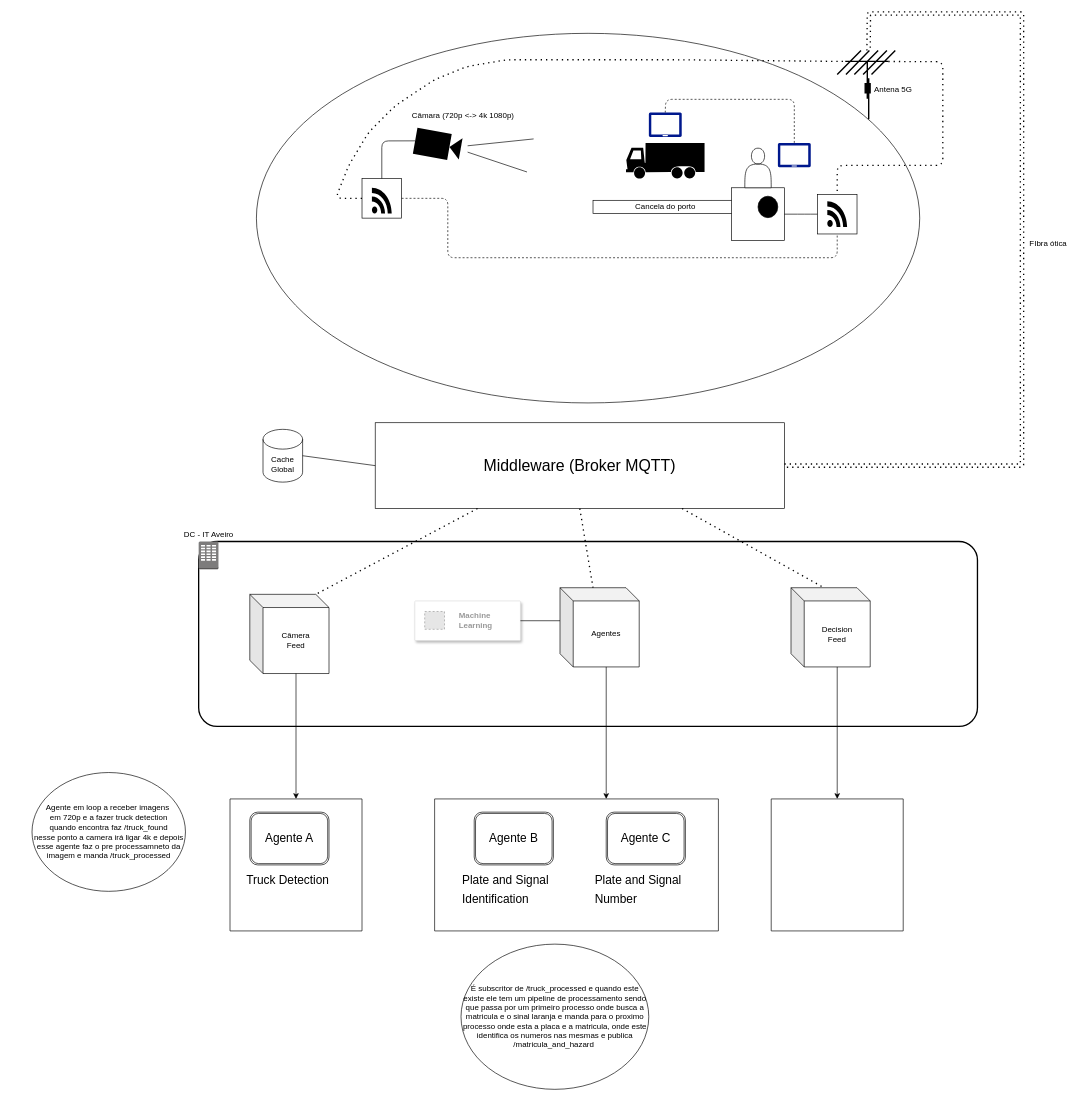
The draw.io diagram arquitetura_sketch.drawio in PEI-HAZARDS/IntelligentLogistics, before the edit. Source tidied: cells renumbered, new cells numbered last; positions are measured from the earlier drawing's top-left corner, leaving out a move shared by most shapes. Both pictures are drawn from the tidied source at 66%, with x=0, y=0 at pixel (32, 13). Pictures stored in the file or linked from it are replaced by grey dashed boxes.
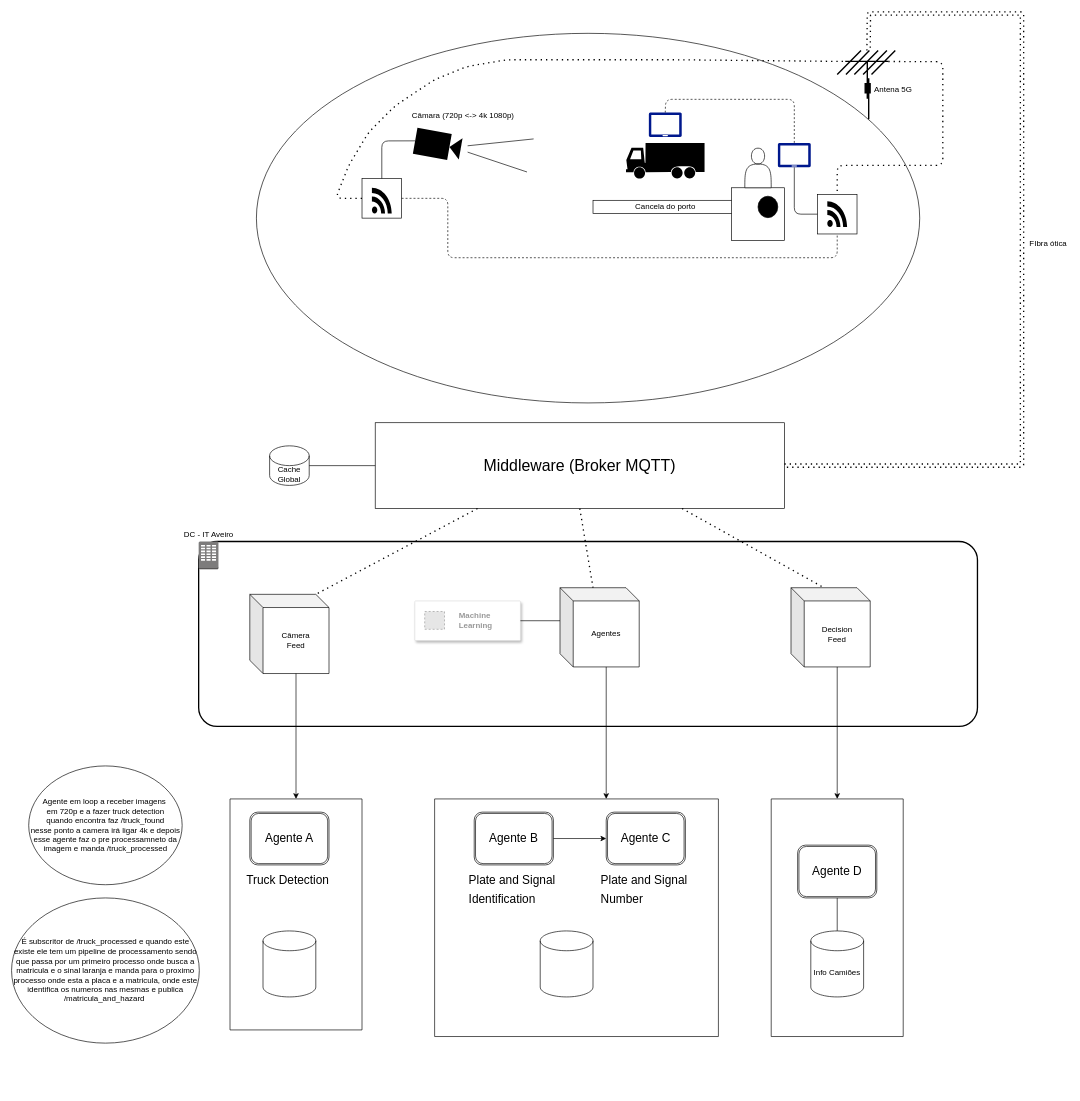
After the change.

Unchanged cells that the change refers to:
```xml
<mxCell id="6" style="whiteSpace=wrap;html=1;" parent="1" vertex="1">
  <mxGeometry x="1060" y="264" width="80" height="80" as="geometry" />
</mxCell>
<mxCell id="17" style="whiteSpace=wrap;html=1;" parent="1" vertex="1">
  <mxGeometry x="1190" y="274" width="60" height="60" as="geometry" />
</mxCell>
<mxCell id="30" style="sketch=0;shadow=0;dashed=0;html=1;strokeColor=none;labelPosition=center;verticalLabelPosition=bottom;verticalAlign=top;align=center;fillColor=#00188D;shape=mxgraph.azure.tablet;" parent="1" vertex="1">
  <mxGeometry x="1130" y="196" width="50" height="37" as="geometry" />
</mxCell>
<mxCell id="48" value="&lt;font style=&quot;font-size: 18px;&quot;&gt;Agente C&lt;/font&gt;" style="shape=ext;double=1;rounded=1;whiteSpace=wrap;html=1;" parent="47" vertex="1">
  <mxGeometry x="260" y="20" width="120" height="80" as="geometry" />
</mxCell>
<mxCell id="50" value="&lt;font style=&quot;font-size: 18px;&quot;&gt;Agente B&lt;/font&gt;" style="shape=ext;double=1;rounded=1;whiteSpace=wrap;html=1;" parent="47" vertex="1">
  <mxGeometry x="60" y="20" width="120" height="80" as="geometry" />
</mxCell>
```

Diff of the diagram source:
```diff
@@
-    <mxCell id="19" style="endArrow=none;html=1;entryX=0;entryY=0.5;entryDx=0;entryDy=0;exitX=1;exitY=0.5;exitDx=0;exitDy=0;" parent="1" edge="1" source="6" target="17">
+    <mxCell id="19" style="endArrow=none;html=1;entryX=0;entryY=0.5;entryDx=0;entryDy=0;exitX=0.5;exitY=1;exitDx=0;exitDy=0;exitPerimeter=0;" parent="1" edge="1" source="30" target="17">
       <mxGeometry relative="1" as="geometry">
         <Array as="points">
-          <mxPoint x="1170" y="304" />
+          <mxPoint x="1155" y="304" />
         </Array>
       </mxGeometry>
     </mxCell>
@@
     <mxCell id="44" style="swimlane;startSize=0;" parent="1" vertex="1">
-      <mxGeometry x="300" y="1190" width="200" height="200" as="geometry" />
+      <mxGeometry x="300" y="1190" width="200" height="350" as="geometry" />
     </mxCell>
@@
+    <mxCell id="57" style="shape=cylinder3;whiteSpace=wrap;html=1;boundedLbl=1;backgroundOutline=1;size=15;" parent="44" vertex="1">
+      <mxGeometry x="50" y="200" width="80" height="100" as="geometry" />
+    </mxCell>
     <mxCell id="47" style="swimlane;startSize=0;" parent="1" vertex="1">
-      <mxGeometry x="610" y="1190" width="430" height="200" as="geometry" />
+      <mxGeometry x="610" y="1190" width="430" height="360" as="geometry" />
     </mxCell>
@@
     <mxCell id="49" value="&lt;h1 style=&quot;margin-top: 0px;&quot;&gt;&lt;span style=&quot;font-size: 18px; font-weight: 400;&quot;&gt;Plate and Signal Number&amp;nbsp;&lt;/span&gt;&lt;/h1&gt;" style="text;html=1;whiteSpace=wrap;overflow=hidden;rounded=0;" parent="47" vertex="1">
-      <mxGeometry x="241" y="100" width="160" height="70" as="geometry" />
+      <mxGeometry x="250" y="100" width="160" height="70" as="geometry" />
     </mxCell>
@@
     <mxCell id="51" value="&lt;h1 style=&quot;margin-top: 0px;&quot;&gt;&lt;span style=&quot;font-size: 18px; font-weight: 400;&quot;&gt;Plate and Signal Identification&lt;/span&gt;&lt;/h1&gt;" style="text;html=1;whiteSpace=wrap;overflow=hidden;rounded=0;" parent="47" vertex="1">
-      <mxGeometry x="40" y="100" width="160" height="70" as="geometry" />
+      <mxGeometry x="50" y="100" width="140" height="70" as="geometry" />
     </mxCell>
+    <mxCell id="58" style="shape=cylinder3;whiteSpace=wrap;html=1;boundedLbl=1;backgroundOutline=1;size=15;" parent="47" vertex="1">
+      <mxGeometry x="160" y="200" width="80" height="100" as="geometry" />
+    </mxCell>
+    <mxCell id="59" style="endArrow=classic;html=1;exitX=1;exitY=0.5;exitDx=0;exitDy=0;entryX=0;entryY=0.5;entryDx=0;entryDy=0;" parent="47" edge="1" source="50" target="48">
+      <mxGeometry relative="1" as="geometry" />
+    </mxCell>
     <mxCell id="52" style="swimlane;startSize=0;" parent="1" vertex="1">
-      <mxGeometry x="1120" y="1190" width="200" height="200" as="geometry" />
+      <mxGeometry x="1120" y="1190" width="200" height="360" as="geometry" />
     </mxCell>
+    <mxCell id="60" value="Info Camiões" style="shape=cylinder3;whiteSpace=wrap;html=1;boundedLbl=1;backgroundOutline=1;size=15;" parent="52" vertex="1">
+      <mxGeometry x="60" y="200" width="80" height="100" as="geometry" />
+    </mxCell>
+    <mxCell id="61" value="&lt;font style=&quot;font-size: 18px;&quot;&gt;Agente D&lt;/font&gt;" style="shape=ext;double=1;rounded=1;whiteSpace=wrap;html=1;" parent="52" vertex="1">
+      <mxGeometry x="40" y="70" width="120" height="80" as="geometry" />
+    </mxCell>
+    <mxCell id="62" style="endArrow=none;html=1;exitX=0.5;exitY=0;exitDx=0;exitDy=0;exitPerimeter=0;" parent="52" edge="1" source="60" target="61">
+      <mxGeometry relative="1" as="geometry" />
+    </mxCell>
     <mxCell id="53" value="Agente em loop a receber imagens&amp;nbsp;&lt;div&gt;em 720p e a fazer truck detection&lt;/div&gt;&lt;div&gt;quando encontra faz /truck_found&lt;/div&gt;&lt;div&gt;nesse ponto a camera irá ligar 4k e depois esse agente faz o pre processamneto da imagem e manda /truck_processed&lt;/div&gt;" style="ellipse;whiteSpace=wrap;html=1;" parent="1" vertex="1">
-      <mxGeometry y="1150" width="232.5" height="180" as="geometry" />
+      <mxGeometry x="-5" y="1140" width="232.5" height="180" as="geometry" />
     </mxCell>
     <mxCell id="54" value="É subscritor de /truck_processed e quando este existe ele tem um pipeline de processamento sendo que passa por um primeiro processo onde busca a matricula e o sinal laranja e manda para o proximo processo onde esta a placa e a matricula, onde este identifica os numeros nas mesmas e publica /matricula_and_hazard&amp;nbsp;" style="ellipse;whiteSpace=wrap;html=1;" parent="1" vertex="1">
-      <mxGeometry x="650" y="1410" width="284.5" height="220" as="geometry" />
+      <mxGeometry x="-31" y="1340" width="284.5" height="220" as="geometry" />
     </mxCell>
     <mxCell id="55" value="Cache Global" style="shape=cylinder3;whiteSpace=wrap;html=1;boundedLbl=1;backgroundOutline=1;size=15;" parent="1" vertex="1">
-      <mxGeometry x="350" y="630" width="60" height="80" as="geometry" />
+      <mxGeometry x="360" y="655" width="60" height="60" as="geometry" />
     </mxCell>
```
